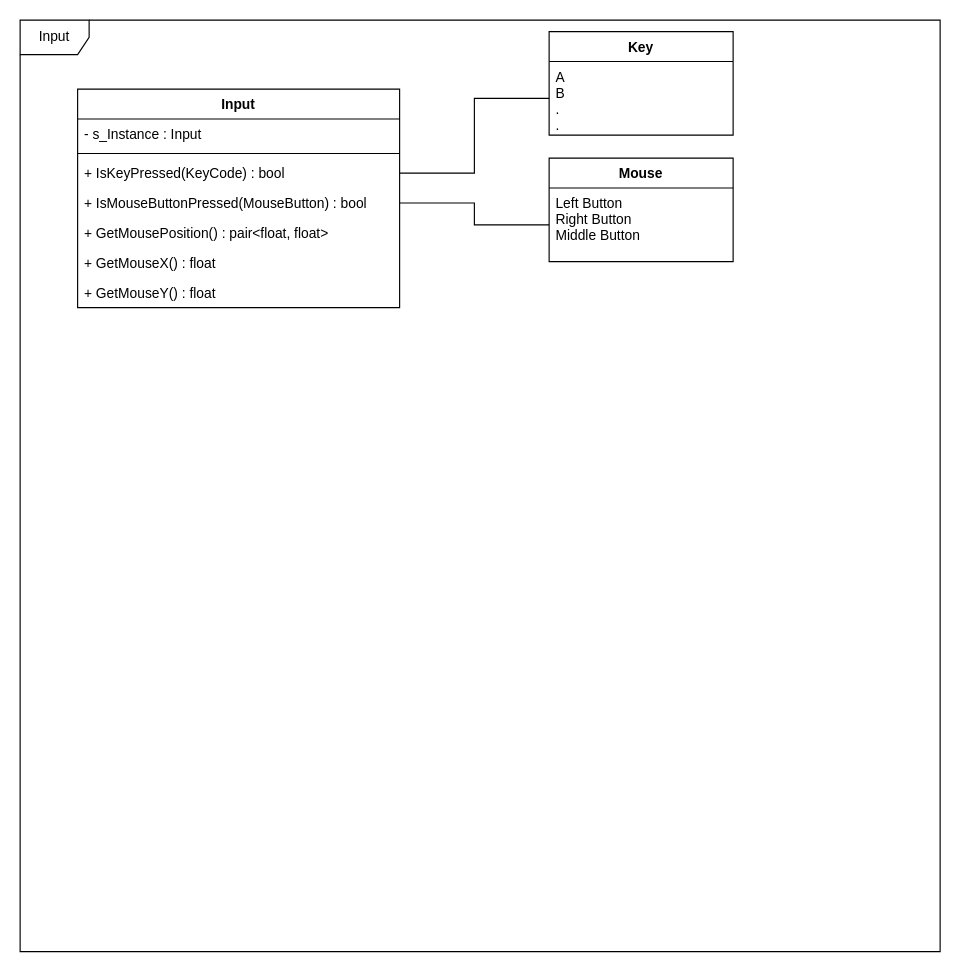
hazN/ECS_Engine keeps this draw.io diagram as page "Input" (2 of 8) of UMLDiagram.drawio. Above is the earlier version. Source tidied: cells renumbered, new cells numbered last; positions are measured from the earlier drawing's top-left corner, leaving out a move shared by most shapes. Both pictures are drawn from the tidied source at 115%, with x=0, y=0 at pixel (20, 20).
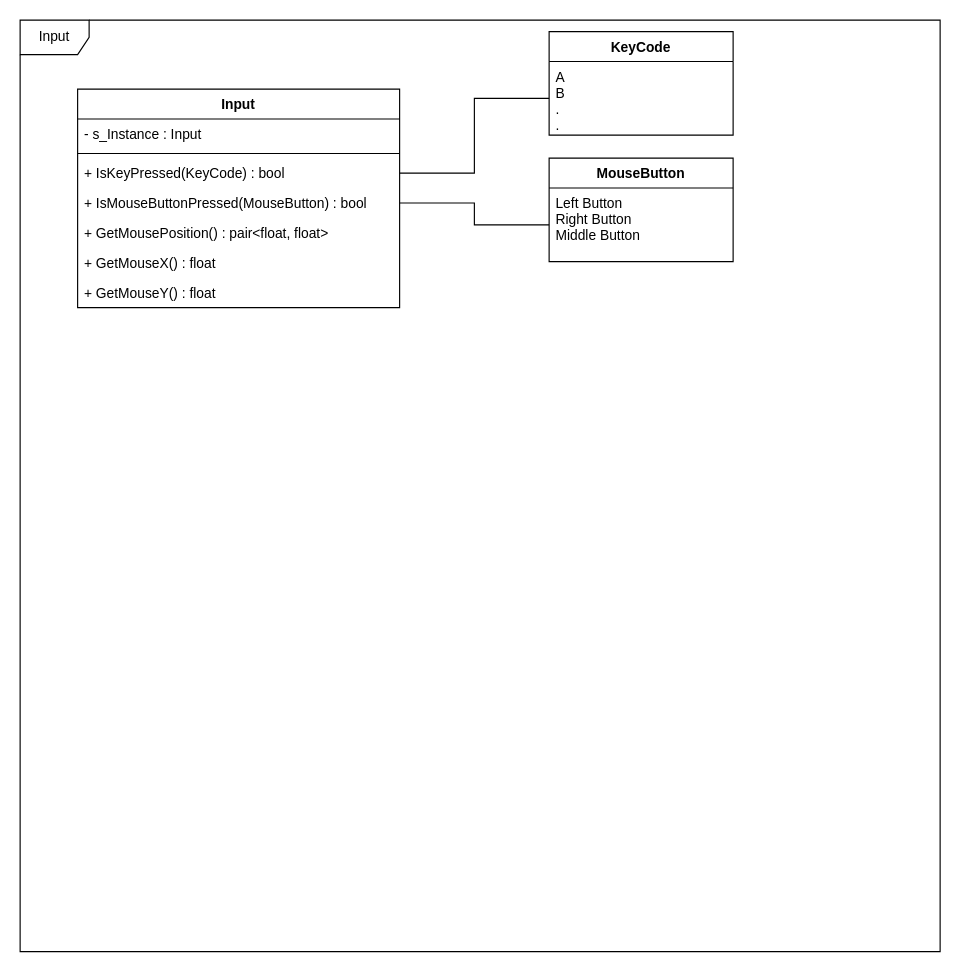
Above is the later version.

The edit, as a diff of the source:
```diff
@@
 <mxGraphModel>
   <root>
     <mxCell id="0" />
     <mxCell id="1" parent="0" />
     <mxCell id="2" value="Input" style="shape=umlFrame;whiteSpace=wrap;html=1;" parent="1" vertex="1">
       <mxGeometry width="800" height="810" as="geometry" />
     </mxCell>
-    <mxCell id="3" value="Key" style="swimlane;fontStyle=1;align=center;verticalAlign=top;horizontal=1;startSize=26;" parent="1" vertex="1">
+    <mxCell id="3" value="KeyCode" style="swimlane;fontStyle=1;align=center;verticalAlign=top;horizontal=1;startSize=26;" parent="1" vertex="1">
       <mxGeometry x="460" y="10" width="160" height="90" as="geometry" />
     </mxCell>
     <mxCell id="4" value="A&#10;B&#10;.&#10;.&#10;.&#10;" style="text;strokeColor=none;fillColor=none;align=left;verticalAlign=top;spacingLeft=4;spacingRight=4;overflow=hidden;points=[[0,0.5],[1,0.5]];portConstraint=eastwest;" parent="3" vertex="1">
       <mxGeometry y="26" width="160" height="64" as="geometry" />
     </mxCell>
     <mxCell id="5" style="edgeStyle=orthogonalEdgeStyle;rounded=0;jettySize=auto;html=1;exitX=0;exitY=0.5;exitDx=0;exitDy=0;endArrow=none;endFill=0;entryX=1;entryY=0.5;entryDx=0;entryDy=0;" parent="1" edge="1" source="4" target="12">
       <mxGeometry relative="1" as="geometry" />
     </mxCell>
-    <mxCell id="6" value="Mouse" style="swimlane;fontStyle=1;align=center;verticalAlign=top;horizontal=1;startSize=26;" parent="1" vertex="1">
+    <mxCell id="6" value="MouseButton" style="swimlane;fontStyle=1;align=center;verticalAlign=top;horizontal=1;startSize=26;" parent="1" vertex="1">
       <mxGeometry x="460" y="120" width="160" height="90" as="geometry" />
     </mxCell>
     <mxCell id="7" value="Left Button&#10;Right Button&#10;Middle Button" style="text;strokeColor=none;fillColor=none;align=left;verticalAlign=top;spacingLeft=4;spacingRight=4;overflow=hidden;points=[[0,0.5],[1,0.5]];portConstraint=eastwest;" parent="6" vertex="1">
       <mxGeometry y="26" width="160" height="64" as="geometry" />
     </mxCell>
     <mxCell id="8" style="edgeStyle=orthogonalEdgeStyle;rounded=0;jettySize=auto;html=1;exitX=0;exitY=0.5;exitDx=0;exitDy=0;endArrow=none;endFill=0;" parent="1" edge="1" source="7" target="13">
       <mxGeometry relative="1" as="geometry" />
     </mxCell>
     <mxCell id="9" value="Input" style="swimlane;fontStyle=1;align=center;verticalAlign=top;horizontal=1;startSize=26;" parent="1" vertex="1">
       <mxGeometry x="50" y="60" width="280" height="190" as="geometry" />
     </mxCell>
     <mxCell id="10" value="- s_Instance : Input" style="text;strokeColor=none;fillColor=none;align=left;verticalAlign=top;spacingLeft=4;spacingRight=4;overflow=hidden;" parent="9" vertex="1">
       <mxGeometry y="26" width="280" height="26" as="geometry" />
     </mxCell>
     <mxCell id="11" style="line;strokeWidth=1;fillColor=none;align=left;verticalAlign=middle;spacingTop=-1;spacingLeft=3;spacingRight=3;labelPosition=right;strokeColor=inherit;" parent="9" vertex="1">
       <mxGeometry y="52" width="280" height="8" as="geometry" />
     </mxCell>
     <mxCell id="12" value="+ IsKeyPressed(KeyCode) : bool" style="text;strokeColor=none;fillColor=none;align=left;verticalAlign=top;spacingLeft=4;spacingRight=4;overflow=hidden;points=[[0,0.5],[1,0.5]];portConstraint=eastwest;" parent="9" vertex="1">
       <mxGeometry y="60" width="280" height="26" as="geometry" />
     </mxCell>
     <mxCell id="13" value="+ IsMouseButtonPressed(MouseButton) : bool" style="text;strokeColor=none;fillColor=none;align=left;verticalAlign=top;spacingLeft=4;spacingRight=4;overflow=hidden;points=[[0,0.5],[1,0.5]];portConstraint=eastwest;" parent="9" vertex="1">
       <mxGeometry y="86" width="280" height="26" as="geometry" />
     </mxCell>
     <mxCell id="14" value="+ GetMousePosition() : pair&lt;float, float&gt;" style="text;strokeColor=none;fillColor=none;align=left;verticalAlign=top;spacingLeft=4;spacingRight=4;overflow=hidden;" parent="9" vertex="1">
       <mxGeometry y="112" width="280" height="26" as="geometry" />
     </mxCell>
     <mxCell id="15" value="+ GetMouseX() : float" style="text;strokeColor=none;fillColor=none;align=left;verticalAlign=top;spacingLeft=4;spacingRight=4;overflow=hidden;" parent="9" vertex="1">
       <mxGeometry y="138" width="280" height="26" as="geometry" />
     </mxCell>
     <mxCell id="16" value="+ GetMouseY() : float" style="text;strokeColor=none;fillColor=none;align=left;verticalAlign=top;spacingLeft=4;spacingRight=4;overflow=hidden;" parent="9" vertex="1">
       <mxGeometry y="164" width="280" height="26" as="geometry" />
     </mxCell>
   </root>
 </mxGraphModel>
```
